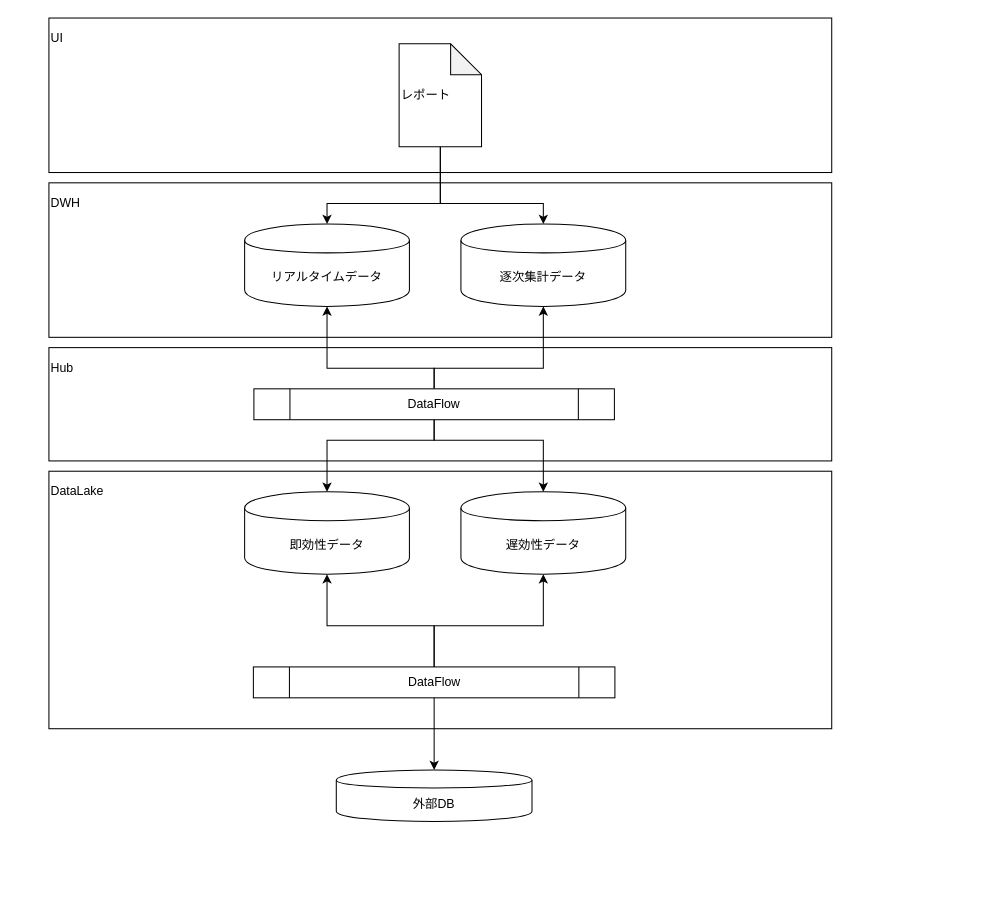
The draw.io diagram docs/arc/img/architecture.drawio in TurkeyLeg0403/DataLamda, before the edit. Source tidied: cells renumbered, new cells numbered last; positions are measured from the earlier drawing's top-left corner, leaving out a move shared by most shapes. Both pictures are drawn from the tidied source at 103%, with x=0, y=0 at pixel (48, 18).
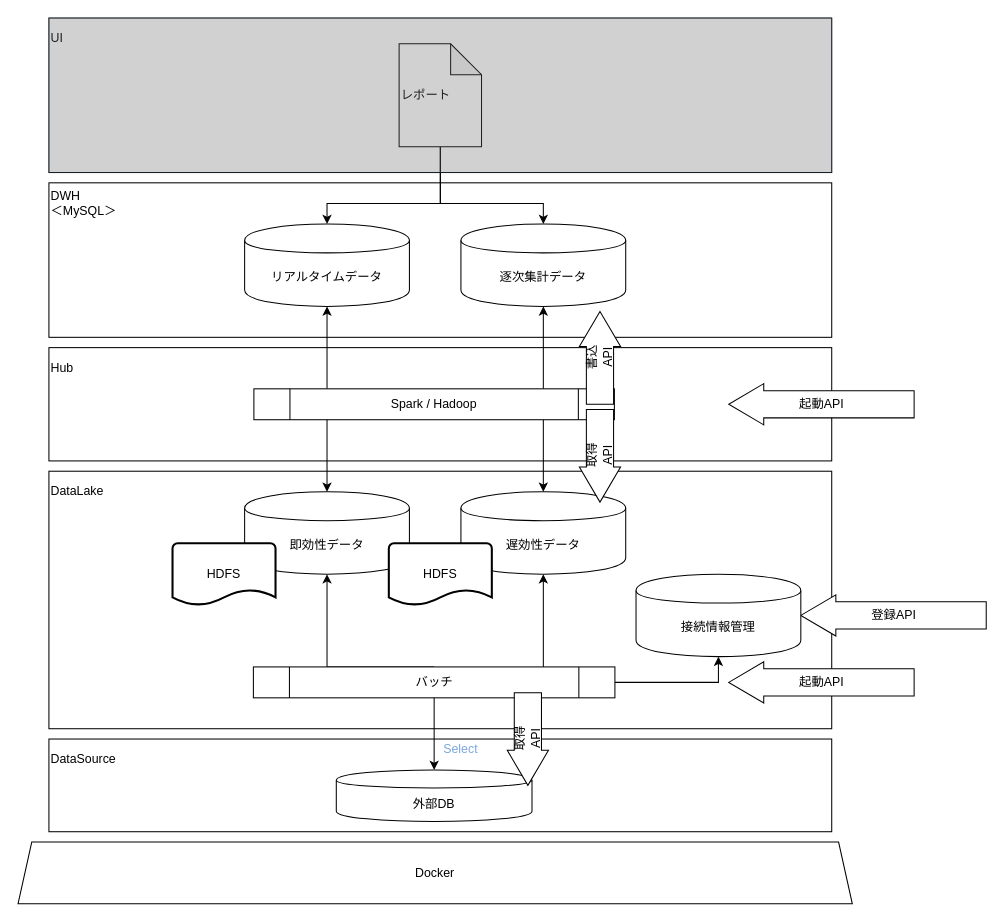
The same page after the edit.

Unchanged cells that the change refers to:
```xml
<mxCell id="8" value="即効性データ" style="shape=cylinder;whiteSpace=wrap;html=1;boundedLbl=1;backgroundOutline=1;" parent="1" vertex="1">
  <mxGeometry x="190" y="460" width="160" height="80" as="geometry" />
</mxCell>
<mxCell id="9" value="逐次集計データ" style="shape=cylinder;whiteSpace=wrap;html=1;boundedLbl=1;backgroundOutline=1;" parent="1" vertex="1">
  <mxGeometry x="400" y="200" width="160" height="80" as="geometry" />
</mxCell>
<mxCell id="13" value="遅効性データ" style="shape=cylinder;whiteSpace=wrap;html=1;boundedLbl=1;backgroundOutline=1;" parent="1" vertex="1">
  <mxGeometry x="400" y="460" width="160" height="80" as="geometry" />
</mxCell>
<mxCell id="19" value="リアルタイムデータ" style="shape=cylinder;whiteSpace=wrap;html=1;boundedLbl=1;backgroundOutline=1;" parent="1" vertex="1">
  <mxGeometry x="190" y="200" width="160" height="80" as="geometry" />
</mxCell>
```

Diff of the diagram source:
```diff
@@
+    <mxCell id="27" style="rounded=0;whiteSpace=wrap;html=1;align=left;" parent="1" vertex="1">
+      <mxGeometry y="700" width="760" height="90" as="geometry" />
+    </mxCell>
@@
-    <mxCell id="7" value="DWH" style="text;html=1;strokeColor=none;fillColor=none;align=left;verticalAlign=middle;whiteSpace=wrap;rounded=0;" parent="1" vertex="1">
-      <mxGeometry y="170" width="40" height="20" as="geometry" />
+    <mxCell id="7" value="DWH&lt;br&gt;＜MySQL＞" style="text;html=1;strokeColor=none;fillColor=none;align=left;verticalAlign=middle;whiteSpace=wrap;rounded=0;" parent="1" vertex="1">
+      <mxGeometry y="170" width="90" height="20" as="geometry" />
     </mxCell>
@@
     <mxCell id="10" style="edgeStyle=orthogonalEdgeStyle;rounded=0;jettySize=auto;html=1;exitX=0.5;exitY=0;exitDx=0;exitDy=0;entryX=0.5;entryY=1;entryDx=0;entryDy=0;" parent="1" edge="1" source="12" target="8">
       <mxGeometry relative="1" as="geometry">
         <Array as="points">
-          <mxPoint x="374" y="590" />
-          <mxPoint x="270" y="590" />
+          <mxPoint x="270" y="630" />
         </Array>
       </mxGeometry>
     </mxCell>
     <mxCell id="11" style="edgeStyle=orthogonalEdgeStyle;rounded=0;jettySize=auto;html=1;entryX=0.5;entryY=1;entryDx=0;entryDy=0;" parent="1" edge="1" source="12" target="13">
       <mxGeometry relative="1" as="geometry">
         <Array as="points">
-          <mxPoint x="374" y="590" />
-          <mxPoint x="480" y="590" />
+          <mxPoint x="480" y="620" />
+          <mxPoint x="480" y="620" />
         </Array>
       </mxGeometry>
     </mxCell>
+    <mxCell id="28" style="edgeStyle=orthogonalEdgeStyle;rounded=0;jettySize=auto;html=1;exitX=1;exitY=0.5;exitDx=0;exitDy=0;entryX=0.5;entryY=1;entryDx=0;entryDy=0;fontColor=#CCCCCC;" parent="1" edge="1" source="12" target="35">
+      <mxGeometry relative="1" as="geometry" />
+    </mxCell>
-    <mxCell id="12" value="DataFlow" style="shape=process;whiteSpace=wrap;html=1;backgroundOutline=1;" parent="1" vertex="1">
+    <mxCell id="12" value="バッチ" style="shape=process;whiteSpace=wrap;html=1;backgroundOutline=1;" parent="1" vertex="1">
       <mxGeometry x="198.5" y="630" width="351" height="30" as="geometry" />
     </mxCell>
@@
     <mxCell id="14" style="edgeStyle=orthogonalEdgeStyle;rounded=0;jettySize=auto;html=1;entryX=0.5;entryY=0;entryDx=0;entryDy=0;" parent="1" edge="1" source="18" target="8">
       <mxGeometry relative="1" as="geometry">
         <Array as="points">
-          <mxPoint x="374" y="410" />
+          <mxPoint x="270" y="410" />
           <mxPoint x="270" y="410" />
         </Array>
       </mxGeometry>
     </mxCell>
     <mxCell id="15" style="edgeStyle=orthogonalEdgeStyle;rounded=0;jettySize=auto;html=1;entryX=0.5;entryY=0;entryDx=0;entryDy=0;" parent="1" edge="1" source="18" target="13">
       <mxGeometry relative="1" as="geometry">
         <Array as="points">
-          <mxPoint x="374" y="410" />
-          <mxPoint x="480" y="410" />
+          <mxPoint x="480" y="400" />
+          <mxPoint x="480" y="400" />
         </Array>
       </mxGeometry>
     </mxCell>
     <mxCell id="16" style="edgeStyle=orthogonalEdgeStyle;rounded=0;jettySize=auto;html=1;" parent="1" edge="1" source="18" target="19">
       <mxGeometry relative="1" as="geometry">
         <Array as="points">
-          <mxPoint x="374" y="340" />
-          <mxPoint x="270" y="340" />
+          <mxPoint x="270" y="350" />
+          <mxPoint x="270" y="350" />
         </Array>
       </mxGeometry>
     </mxCell>
     <mxCell id="17" style="edgeStyle=orthogonalEdgeStyle;rounded=0;jettySize=auto;html=1;" parent="1" edge="1" source="18" target="9">
       <mxGeometry relative="1" as="geometry">
         <Array as="points">
-          <mxPoint x="374" y="340" />
-          <mxPoint x="480" y="340" />
+          <mxPoint x="480" y="350" />
+          <mxPoint x="480" y="350" />
         </Array>
       </mxGeometry>
     </mxCell>
-    <mxCell id="18" value="DataFlow" style="shape=process;whiteSpace=wrap;html=1;backgroundOutline=1;" parent="1" vertex="1">
+    <mxCell id="18" value="Spark / Hadoop" style="shape=process;whiteSpace=wrap;html=1;backgroundOutline=1;" parent="1" vertex="1">
       <mxGeometry x="199" y="360" width="350" height="30" as="geometry" />
     </mxCell>
@@
-    <mxCell id="22" style="rounded=0;whiteSpace=wrap;html=1;align=left;" parent="1" vertex="1">
+    <mxCell id="22" style="rounded=0;whiteSpace=wrap;html=1;align=left;fontColor=#CCCCCC;" parent="1" vertex="1">
       <mxGeometry width="760" height="150" as="geometry" />
     </mxCell>
@@
+    <mxCell id="29" value="&lt;font color=&quot;#000000&quot;&gt;HDFS&lt;/font&gt;" style="strokeWidth=2;html=1;shape=mxgraph.flowchart.document2;whiteSpace=wrap;size=0.25;fontColor=#7EA6E0;" parent="1" vertex="1">
+      <mxGeometry x="120" y="510" width="100" height="60" as="geometry" />
+    </mxCell>
+    <mxCell id="30" value="&lt;font color=&quot;#000000&quot;&gt;HDFS&lt;/font&gt;" style="strokeWidth=2;html=1;shape=mxgraph.flowchart.document2;whiteSpace=wrap;size=0.25;fontColor=#7EA6E0;" parent="1" vertex="1">
+      <mxGeometry x="330" y="510" width="100" height="60" as="geometry" />
+    </mxCell>
+    <mxCell id="31" value="Select" style="text;html=1;strokeColor=none;fillColor=none;align=center;verticalAlign=middle;whiteSpace=wrap;rounded=0;fontColor=#7EA6E0;" parent="1" vertex="1">
+      <mxGeometry x="380" y="700" width="40" height="20" as="geometry" />
+    </mxCell>
+    <mxCell id="32" value="&lt;font color=&quot;#000000&quot;&gt;Docker&lt;/font&gt;" style="shape=trapezoid;perimeter=trapezoidPerimeter;whiteSpace=wrap;html=1;fontColor=#7EA6E0;size=0.01646090534979424;" parent="1" vertex="1">
+      <mxGeometry x="-30" y="800" width="810" height="60" as="geometry" />
+    </mxCell>
+    <mxCell id="33" style="rounded=0;whiteSpace=wrap;html=1;opacity=30;fillColor=#666666;strokeColor=#23445d;" parent="1" vertex="1">
+      <mxGeometry width="760" height="150" as="geometry" />
+    </mxCell>
+    <mxCell id="34" value="登録API" style="html=1;shadow=0;dashed=0;align=center;verticalAlign=middle;shape=mxgraph.arrows2.arrow;dy=0.34;dx=34;flipH=1;notch=0;" parent="1" vertex="1">
+      <mxGeometry x="730" y="560" width="180" height="40" as="geometry" />
+    </mxCell>
+    <mxCell id="35" value="接続情報管理" style="shape=cylinder;whiteSpace=wrap;html=1;boundedLbl=1;backgroundOutline=1;" parent="1" vertex="1">
+      <mxGeometry x="570" y="540" width="160" height="80" as="geometry" />
+    </mxCell>
+    <mxCell id="36" value="起動API" style="html=1;shadow=0;dashed=0;align=center;verticalAlign=middle;shape=mxgraph.arrows2.arrow;dy=0.34;dx=34;flipH=1;notch=0;" parent="1" vertex="1">
+      <mxGeometry x="660" y="625" width="180" height="40" as="geometry" />
+    </mxCell>
+    <mxCell id="37" value="取得&lt;br&gt;API" style="html=1;shadow=0;dashed=0;align=center;verticalAlign=middle;shape=mxgraph.arrows2.arrow;dy=0.34;dx=34;flipH=1;notch=0;rotation=-90;" parent="1" vertex="1">
+      <mxGeometry x="420" y="680" width="90" height="40" as="geometry" />
+    </mxCell>
+    <mxCell id="38" value="起動API" style="html=1;shadow=0;dashed=0;align=center;verticalAlign=middle;shape=mxgraph.arrows2.arrow;dy=0.34;dx=34;flipH=1;notch=0;" parent="1" vertex="1">
+      <mxGeometry x="660" y="355" width="180" height="40" as="geometry" />
+    </mxCell>
+    <mxCell id="39" value="書込&lt;br&gt;API" style="html=1;shadow=0;dashed=0;align=center;verticalAlign=middle;shape=mxgraph.arrows2.arrow;dy=0.34;dx=34;flipH=1;notch=0;rotation=-90;direction=west;" parent="1" vertex="1">
+      <mxGeometry x="490" y="310" width="90" height="40" as="geometry" />
+    </mxCell>
+    <mxCell id="40" value="取得&lt;br&gt;API" style="html=1;shadow=0;dashed=0;align=center;verticalAlign=middle;shape=mxgraph.arrows2.arrow;dy=0.34;dx=34;flipH=1;notch=0;rotation=-90;" parent="1" vertex="1">
+      <mxGeometry x="490" y="405" width="90" height="40" as="geometry" />
+    </mxCell>
+    <mxCell id="41" value="DataSource" style="text;html=1;strokeColor=none;fillColor=none;align=left;verticalAlign=middle;whiteSpace=wrap;rounded=0;" parent="1" vertex="1">
+      <mxGeometry y="710" width="40" height="20" as="geometry" />
+    </mxCell>
```
